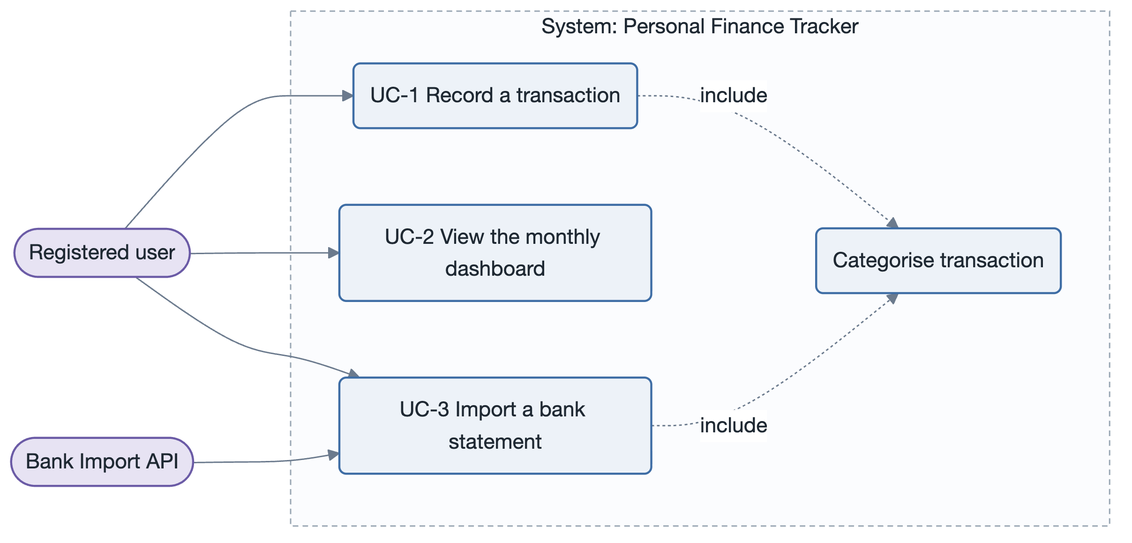
The Mermaid diagram examples/personal-finance-tracker-mermaid/drivers/use-cases/diagrams/overview-core.png in rtym/sei-architecture-methodology, before a commit. Its source is kept beside it as examples/personal-finance-tracker-mermaid/drivers/use-cases/diagrams/overview-core.mmd.
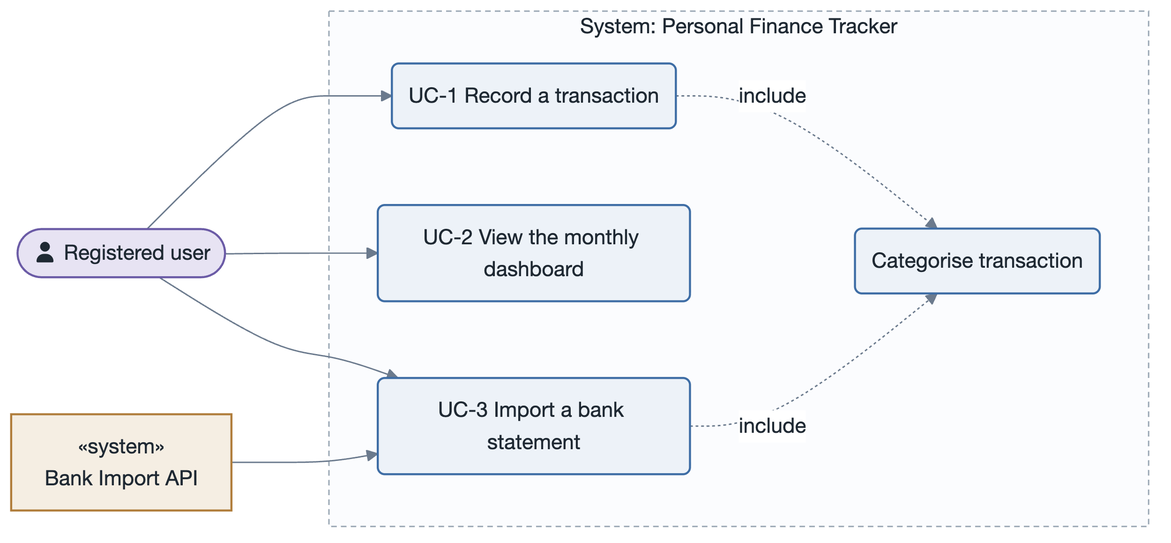
After the commit.

Diff of the diagram source:
```diff
@@ -1,6 +1,6 @@
 flowchart LR
-  user(["Registered user"])
-  bank(["Bank Import API"])
+  user(["fa:fa-user Registered user"])
+  bank["&laquo;system&raquo;<br/>Bank Import API"]
   subgraph sys["System: Personal Finance Tracker"]
     uc1("UC-1 Record a transaction")
     uc2("UC-2 View the monthly dashboard")
@@ -14,6 +14,8 @@
   uc1 -. include .-> cat
   uc3 -. include .-> cat
   classDef source   fill:#E7E3F3,stroke:#6B5BA6,color:#1F2933;
+  classDef external fill:#F5EEE3,stroke:#B07D3B,color:#1F2933;
   classDef artifact fill:#EDF2F8,stroke:#3E6DA5,color:#1F2933;
-  class user,bank source
+  class user source
+  class bank external
   class uc1,uc2,uc3,cat artifact
```
